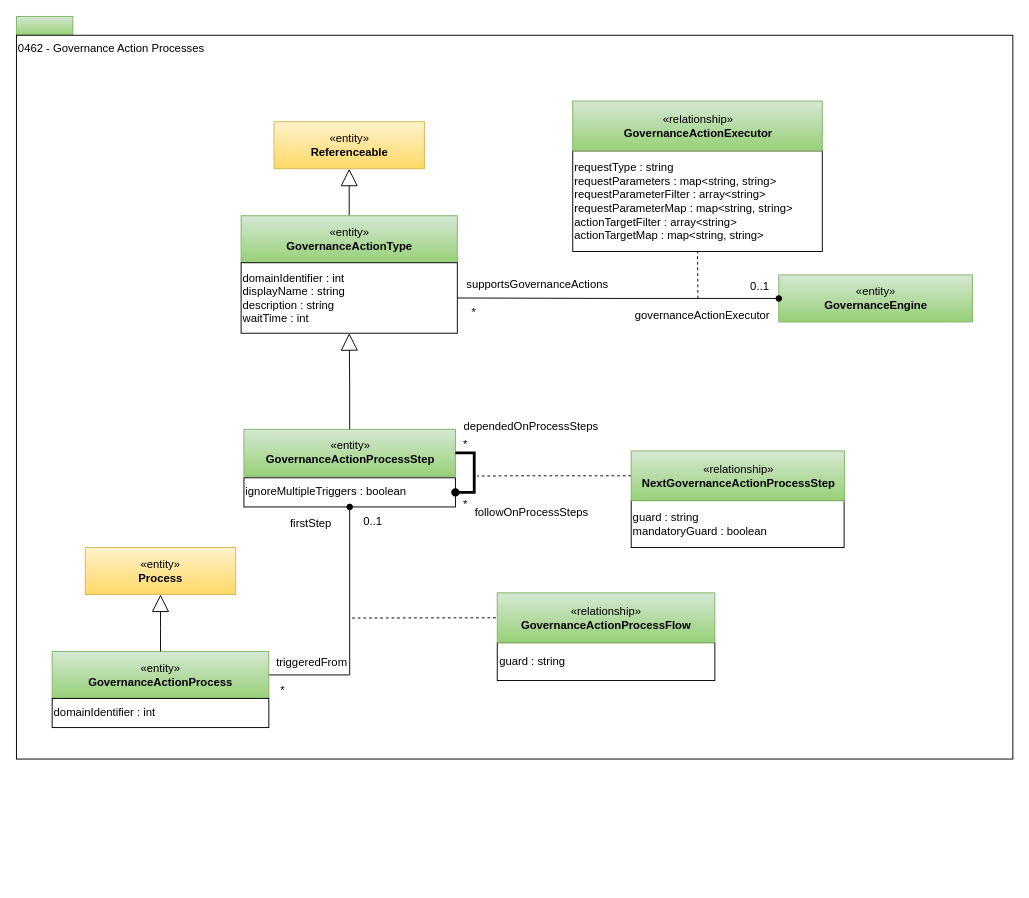
The draw.io diagram page "0462-Governance-Action-Processes" (22 of 32) of site/docs/types/4/area-4-governance.drawio in odpi/egeria-docs, before the edit. Source tidied: cells renumbered, new cells numbered last; positions are measured from the earlier drawing's top-left corner, leaving out a move shared by most shapes. Both pictures are drawn from the tidied source at 94%, with x=0, y=0 at pixel (16, 16).
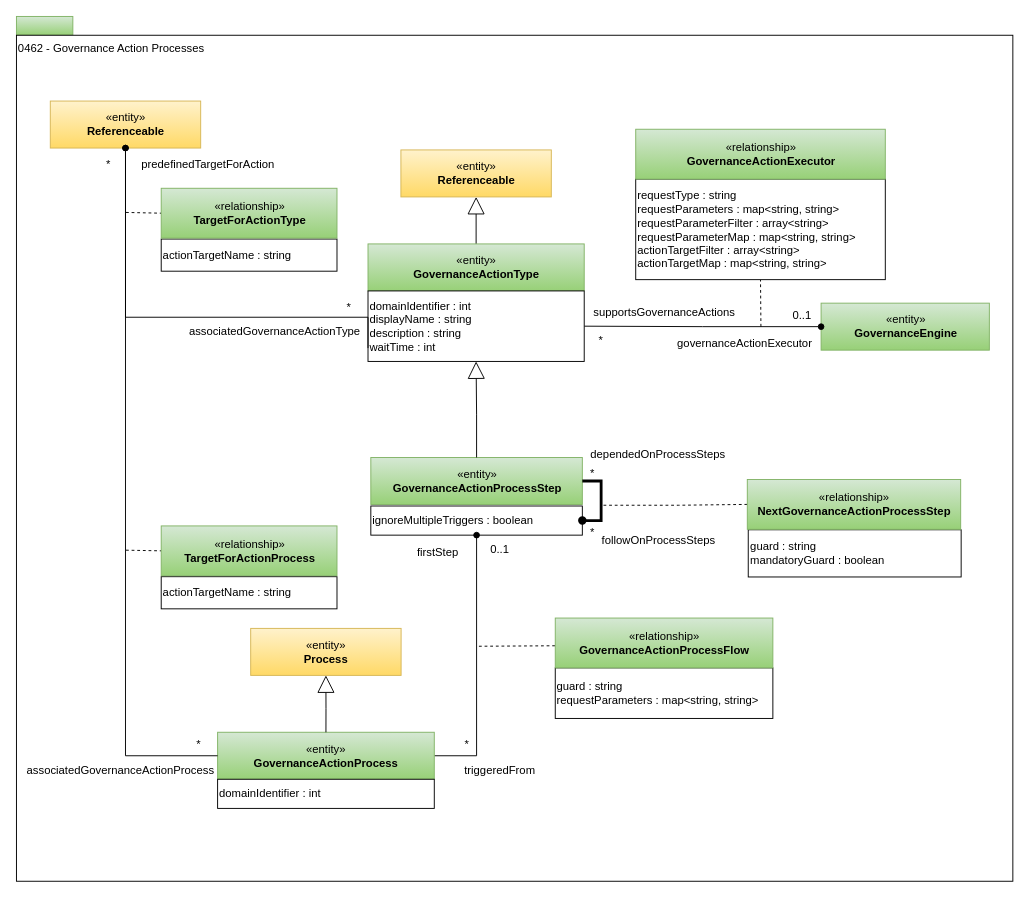
Above is the later version.

Change to the diagram source:
```diff
@@
     <mxCell id="3" value="0462 - Governance Action Processes" style="rounded=0;html=1;align=left;verticalAlign=top;" parent="1" vertex="1">
-      <mxGeometry y="20" width="1060" height="770" as="geometry" />
+      <mxGeometry y="20" width="1060" height="900" as="geometry" />
     </mxCell>
     <mxCell id="4" value="ignoreMultipleTriggers : boolean" style="rounded=0;whiteSpace=wrap;html=1;strokeColor=#000000;gradientColor=#ffffff;align=left;" parent="1" vertex="1">
-      <mxGeometry x="242" y="490.8" width="225" height="31" as="geometry" />
+      <mxGeometry x="377" y="520.8" width="225" height="31" as="geometry" />
     </mxCell>
     <mxCell id="5" value="«entity»&lt;br&gt;&lt;b&gt;Referenceable&lt;/b&gt;" style="html=1;strokeColor=#d6b656;align=center;fillColor=#fff2cc;gradientColor=#ffd966;" parent="1" vertex="1">
-      <mxGeometry x="274" y="112" width="160" height="50" as="geometry" />
+      <mxGeometry x="409" y="142" width="160" height="50" as="geometry" />
     </mxCell>
     <mxCell id="6" value="guard : string&lt;br&gt;mandatoryGuard : boolean&lt;br&gt;" style="rounded=0;whiteSpace=wrap;html=1;strokeColor=#000000;gradientColor=#ffffff;align=left;" parent="1" vertex="1">
-      <mxGeometry x="654" y="514.8" width="226.5" height="50.2" as="geometry" />
+      <mxGeometry x="778.5" y="546.1" width="226.5" height="50.2" as="geometry" />
     </mxCell>
     <mxCell id="7" value="*" style="text;html=1;strokeColor=none;fillColor=none;align=center;verticalAlign=middle;whiteSpace=wrap;rounded=0;" parent="1" vertex="1">
-      <mxGeometry x="458" y="445.8" width="40" height="20" as="geometry" />
+      <mxGeometry x="593" y="475.8" width="40" height="20" as="geometry" />
     </mxCell>
     <mxCell id="8" value="*" style="text;html=1;strokeColor=none;fillColor=none;align=center;verticalAlign=middle;whiteSpace=wrap;rounded=0;" parent="1" vertex="1">
-      <mxGeometry x="457.5" y="509.2" width="40" height="20" as="geometry" />
+      <mxGeometry x="592.5" y="539.2" width="40" height="20" as="geometry" />
     </mxCell>
     <mxCell id="9" value="dependedOnProcessSteps" style="text;html=1;align=left;verticalAlign=top;spacingTop=-4;" parent="1" vertex="1">
-      <mxGeometry x="473.5" y="425.8" width="170" height="20" as="geometry" />
+      <mxGeometry x="608.5" y="455.8" width="170" height="20" as="geometry" />
     </mxCell>
     <mxCell id="10" value="followOnProcessSteps" style="text;html=1;align=left;verticalAlign=top;spacingTop=-4;" parent="1" vertex="1">
-      <mxGeometry x="485.8" y="518" width="140" height="20" as="geometry" />
+      <mxGeometry x="620.8" y="548" width="140" height="20" as="geometry" />
     </mxCell>
@@
     <mxCell id="12" value="«entity»&lt;br&gt;&lt;b&gt;GovernanceActionProcessStep&lt;/b&gt;" style="html=1;strokeColor=#82b366;align=center;fillColor=#d5e8d4;gradientColor=#97d077;" parent="1" vertex="1">
-      <mxGeometry x="242" y="439.2" width="225" height="50" as="geometry" />
+      <mxGeometry x="377" y="469.2" width="225" height="50" as="geometry" />
     </mxCell>
     <mxCell id="13" style="edgeStyle=orthogonalEdgeStyle;rounded=0;html=1;exitX=0;exitY=0.5;exitDx=0;exitDy=0;dashed=1;endArrow=none;endFill=0;jettySize=auto;" parent="1" edge="1" source="14">
       <mxGeometry relative="1" as="geometry">
-        <mxPoint x="490" y="489" as="targetPoint" />
+        <mxPoint x="624" y="520" as="targetPoint" />
         <Array as="points">
-          <mxPoint x="527" y="488.8" />
+          <mxPoint x="704" y="519" />
+          <mxPoint x="704" y="519" />
         </Array>
       </mxGeometry>
     </mxCell>
     <mxCell id="14" value="«relationship»&lt;br&gt;&lt;b&gt;NextGovernanceActionProcessStep&lt;/b&gt;" style="html=1;strokeColor=#82b366;align=center;fillColor=#d5e8d4;gradientColor=#97d077;" parent="1" vertex="1">
-      <mxGeometry x="654" y="462.2" width="227" height="53" as="geometry" />
+      <mxGeometry x="777.5" y="492.6" width="227" height="53" as="geometry" />
     </mxCell>
     <mxCell id="15" value="*" style="text;html=1;strokeColor=none;fillColor=none;align=center;verticalAlign=middle;whiteSpace=wrap;rounded=0;" parent="1" vertex="1">
-      <mxGeometry x="467" y="305" width="40" height="20" as="geometry" />
+      <mxGeometry x="602" y="335" width="40" height="20" as="geometry" />
     </mxCell>
     <mxCell id="16" style="endArrow=none;dashed=1;html=1;entryX=0.5;entryY=1;entryDx=0;entryDy=0;" parent="1" edge="1" target="17">
       <mxGeometry relative="1" as="geometry">
-        <mxPoint x="725" y="300" as="sourcePoint" />
+        <mxPoint x="792" y="330" as="sourcePoint" />
       </mxGeometry>
     </mxCell>
     <mxCell id="17" value="requestType : string&lt;br&gt;requestParameters : map&amp;lt;string, string&amp;gt;&lt;br&gt;requestParameterFilter : array&amp;lt;string&amp;gt;&lt;br&gt;requestParameterMap : map&amp;lt;string, string&amp;gt;&lt;br&gt;actionTargetFilter : array&amp;lt;string&amp;gt;&lt;br&gt;actionTargetMap : map&amp;lt;string, string&amp;gt;" style="rounded=0;whiteSpace=wrap;html=1;strokeColor=#000000;gradientColor=#ffffff;align=left;" parent="1" vertex="1">
-      <mxGeometry x="591.8" y="143" width="265.5" height="107" as="geometry" />
+      <mxGeometry x="658.8" y="173" width="265.5" height="107" as="geometry" />
     </mxCell>
     <mxCell id="18" value="0..1" style="text;html=1;strokeColor=none;fillColor=none;align=center;verticalAlign=middle;whiteSpace=wrap;rounded=0;" parent="1" vertex="1">
-      <mxGeometry x="771" y="277.8" width="40" height="20" as="geometry" />
+      <mxGeometry x="816" y="307.8" width="40" height="20" as="geometry" />
     </mxCell>
     <mxCell id="19" value="«relationship»&lt;br&gt;&lt;b style=&quot;border-color: var(--border-color);&quot;&gt;GovernanceActionExecutor&lt;/b&gt;" style="html=1;strokeColor=#82b366;align=center;fillColor=#d5e8d4;gradientColor=#97d077;" parent="1" vertex="1">
-      <mxGeometry x="591.8" y="90" width="265.5" height="53" as="geometry" />
+      <mxGeometry x="658.8" y="120" width="265.5" height="53" as="geometry" />
     </mxCell>
     <mxCell id="20" value="«entity»&lt;br&gt;&lt;b&gt;Process&lt;/b&gt;" style="html=1;strokeColor=#d6b656;align=center;fillColor=#fff2cc;gradientColor=#ffd966;" parent="1" vertex="1">
-      <mxGeometry x="73.2" y="565" width="160" height="50" as="geometry" />
+      <mxGeometry x="249.2" y="651" width="160" height="50" as="geometry" />
     </mxCell>
@@
     <mxCell id="22" value="«entity»&lt;br&gt;&lt;b&gt;GovernanceActionProcess&lt;/b&gt;" style="html=1;strokeColor=#82b366;align=center;fillColor=#d5e8d4;gradientColor=#97d077;" parent="1" vertex="1">
-      <mxGeometry x="38" y="675.5" width="230.5" height="50" as="geometry" />
+      <mxGeometry x="214" y="761.5" width="230.5" height="50" as="geometry" />
     </mxCell>
     <mxCell id="23" value="&lt;span style=&quot;&quot;&gt;domainIdentifier : int&lt;/span&gt;" style="rounded=0;whiteSpace=wrap;html=1;strokeColor=#000000;gradientColor=#ffffff;align=left;" parent="1" vertex="1">
-      <mxGeometry x="38" y="725.5" width="230.5" height="31" as="geometry" />
+      <mxGeometry x="214" y="811.5" width="230.5" height="31" as="geometry" />
     </mxCell>
-    <mxCell id="24" style="endArrow=none;dashed=1;html=1;entryX=0;entryY=0.5;entryDx=0;entryDy=0;" parent="1" edge="1" target="26">
+    <mxCell id="24" style="endArrow=none;dashed=1;html=1;entryX=0;entryY=0.5;entryDx=0;entryDy=0;" parent="1" edge="1">
       <mxGeometry relative="1" as="geometry">
-        <mxPoint x="357" y="640" as="sourcePoint" />
+        <mxPoint x="492" y="670" as="sourcePoint" />
+        <mxPoint x="795" y="668.1" as="targetPoint" />
       </mxGeometry>
     </mxCell>
-    <mxCell id="25" value="&lt;span&gt;guard : string&lt;/span&gt;" style="rounded=0;whiteSpace=wrap;html=1;strokeColor=#000000;gradientColor=#ffffff;align=left;" parent="1" vertex="1">
-      <mxGeometry x="511.5" y="666.2" width="231.5" height="40.2" as="geometry" />
+    <mxCell id="25" value="&lt;span&gt;guard : string&lt;/span&gt;&lt;div&gt;requestParameters : map&amp;lt;string, string&amp;gt;&lt;br&gt;&lt;/div&gt;" style="rounded=0;whiteSpace=wrap;html=1;strokeColor=#000000;gradientColor=#ffffff;align=left;" parent="1" vertex="1">
+      <mxGeometry x="573.2" y="693" width="231.5" height="53.8" as="geometry" />
     </mxCell>
     <mxCell id="26" value="«relationship»&lt;br&gt;&lt;b&gt;GovernanceActionProcessFlow&lt;/b&gt;" style="html=1;strokeColor=#82b366;align=center;fillColor=#d5e8d4;gradientColor=#97d077;" parent="1" vertex="1">
-      <mxGeometry x="511.5" y="613.2" width="231.5" height="53" as="geometry" />
+      <mxGeometry x="573.2" y="640" width="231.5" height="53" as="geometry" />
     </mxCell>
     <mxCell id="27" value="firstStep" style="text;html=1;align=center;verticalAlign=middle;" parent="1" vertex="1">
-      <mxGeometry x="278" y="524.9" width="70" height="30" as="geometry" />
+      <mxGeometry x="413" y="554.9" width="70" height="30" as="geometry" />
     </mxCell>
     <mxCell id="28" value="triggeredFrom" style="text;html=1;align=center;verticalAlign=middle;" parent="1" vertex="1">
-      <mxGeometry x="268.5" y="676.5" width="90" height="20" as="geometry" />
+      <mxGeometry x="468.5" y="791.5" width="90" height="20" as="geometry" />
     </mxCell>
     <mxCell id="29" value="0..1" style="text;html=1;align=center;verticalAlign=middle;" parent="1" vertex="1">
-      <mxGeometry x="358.5" y="526.8" width="40" height="20" as="geometry" />
+      <mxGeometry x="493.5" y="556.8" width="40" height="20" as="geometry" />
     </mxCell>
     <mxCell id="30" value="*" style="text;html=1;align=center;verticalAlign=middle;" parent="1" vertex="1">
-      <mxGeometry x="272.5" y="706.5" width="20" height="20" as="geometry" />
+      <mxGeometry x="468.5" y="765.2" width="20" height="20" as="geometry" />
     </mxCell>
     <mxCell id="31" value="«entity»&lt;br&gt;&lt;b&gt;GovernanceEngine&lt;/b&gt;" style="html=1;strokeColor=#82b366;align=center;fillColor=#d5e8d4;gradientColor=#97d077;" parent="1" vertex="1">
-      <mxGeometry x="811" y="275" width="206" height="50" as="geometry" />
+      <mxGeometry x="856" y="305" width="179" height="50" as="geometry" />
     </mxCell>
@@
     <mxCell id="35" value="«entity»&lt;br&gt;&lt;b&gt;GovernanceActionType&lt;/b&gt;" style="html=1;strokeColor=#82b366;align=center;fillColor=#d5e8d4;gradientColor=#97d077;" parent="1" vertex="1">
-      <mxGeometry x="239" y="212" width="230" height="50" as="geometry" />
+      <mxGeometry x="374" y="242" width="230" height="50" as="geometry" />
     </mxCell>
     <mxCell id="36" value="domainIdentifier : int&lt;br&gt;&lt;span&gt;displayName : string&lt;/span&gt;&lt;br&gt;&lt;span&gt;description : string&lt;/span&gt;&lt;span&gt;&lt;br&gt;&lt;/span&gt;waitTime : int" style="rounded=0;whiteSpace=wrap;html=1;strokeColor=#000000;gradientColor=#ffffff;align=left;" parent="1" vertex="1">
-      <mxGeometry x="239" y="262" width="230" height="75" as="geometry" />
+      <mxGeometry x="374" y="292" width="230" height="75" as="geometry" />
     </mxCell>
     <mxCell id="37" value="governanceActionExecutor" style="text;html=1;strokeColor=none;fillColor=none;align=center;verticalAlign=middle;whiteSpace=wrap;rounded=0;" parent="1" vertex="1">
-      <mxGeometry x="677.8" y="307.8" width="104" height="20" as="geometry" />
+      <mxGeometry x="722.8" y="337.8" width="104" height="20" as="geometry" />
     </mxCell>
     <mxCell id="38" value="supportsGovernanceActions" style="text;html=1;strokeColor=none;fillColor=none;align=center;verticalAlign=middle;whiteSpace=wrap;rounded=0;" parent="1" vertex="1">
-      <mxGeometry x="497.5" y="275" width="113" height="20" as="geometry" />
+      <mxGeometry x="632.5" y="305" width="113" height="20" as="geometry" />
     </mxCell>
@@
+    <mxCell id="40" style="endArrow=none;dashed=1;html=1;entryX=0;entryY=0.5;entryDx=0;entryDy=0;" parent="1" edge="1" target="46">
+      <mxGeometry relative="1" as="geometry">
+        <mxPoint x="116.5" y="208.5" as="sourcePoint" />
+      </mxGeometry>
+    </mxCell>
+    <mxCell id="41" value="*" style="text;html=1;strokeColor=none;fillColor=none;align=center;verticalAlign=middle;whiteSpace=wrap;rounded=0;" parent="1" vertex="1">
+      <mxGeometry x="334" y="299.8" width="40" height="20" as="geometry" />
+    </mxCell>
+    <mxCell id="42" value="actionTargetName : string" style="rounded=0;whiteSpace=wrap;html=1;strokeColor=#000000;gradientColor=#ffffff;align=left;" parent="1" vertex="1">
+      <mxGeometry x="154" y="236.8" width="187" height="34.2" as="geometry" />
+    </mxCell>
+    <mxCell id="43" value="associatedGovernanceActionType" style="text;html=1;strokeColor=none;fillColor=none;align=center;verticalAlign=middle;whiteSpace=wrap;rounded=0;" parent="1" vertex="1">
+      <mxGeometry x="190" y="325" width="170" height="20" as="geometry" />
+    </mxCell>
+    <mxCell id="44" value="«entity»&lt;br&gt;&lt;b&gt;Referenceable&lt;/b&gt;" style="html=1;strokeColor=#d6b656;align=center;fillColor=#fff2cc;gradientColor=#ffd966;" parent="1" vertex="1">
+      <mxGeometry x="36" y="90" width="160" height="50" as="geometry" />
+    </mxCell>
+    <mxCell id="45" value="predefinedTargetForAction" style="text;html=1;strokeColor=none;fillColor=none;align=center;verticalAlign=middle;whiteSpace=wrap;rounded=0;" parent="1" vertex="1">
+      <mxGeometry x="151" y="147.5" width="106" height="20" as="geometry" />
+    </mxCell>
+    <mxCell id="46" value="«relationship»&lt;br&gt;&lt;b&gt;TargetForActionType&lt;/b&gt;" style="html=1;strokeColor=#82b366;align=center;fillColor=#d5e8d4;gradientColor=#97d077;" parent="1" vertex="1">
+      <mxGeometry x="154" y="182.8" width="187" height="53" as="geometry" />
+    </mxCell>
+    <mxCell id="47" value="*" style="text;html=1;strokeColor=none;fillColor=none;align=center;verticalAlign=middle;whiteSpace=wrap;rounded=0;" parent="1" vertex="1">
+      <mxGeometry x="78" y="147.5" width="40" height="20" as="geometry" />
+    </mxCell>
+    <mxCell id="48" style="endArrow=none;html=1;edgeStyle=orthogonalEdgeStyle;entryX=0;entryY=0.5;entryDx=0;entryDy=0;rounded=0;startArrow=oval;startFill=1;strokeWidth=1;exitX=0.5;exitY=1;exitDx=0;exitDy=0;" parent="1" edge="1" source="44">
+      <mxGeometry relative="1" as="geometry">
+        <mxPoint x="374" y="352.8" as="targetPoint" />
+        <Array as="points">
+          <mxPoint x="116" y="320" />
+          <mxPoint x="374" y="320" />
+        </Array>
+      </mxGeometry>
+    </mxCell>
+    <mxCell id="49" style="endArrow=none;dashed=1;html=1;entryX=0;entryY=0.5;entryDx=0;entryDy=0;" parent="1" edge="1" target="53">
+      <mxGeometry relative="1" as="geometry">
+        <mxPoint x="116.5" y="567.8" as="sourcePoint" />
+      </mxGeometry>
+    </mxCell>
+    <mxCell id="50" value="*" style="text;html=1;strokeColor=none;fillColor=none;align=center;verticalAlign=middle;whiteSpace=wrap;rounded=0;" parent="1" vertex="1">
+      <mxGeometry x="174" y="765.2" width="40" height="20" as="geometry" />
+    </mxCell>
+    <mxCell id="51" value="actionTargetName : string" style="rounded=0;whiteSpace=wrap;html=1;strokeColor=#000000;gradientColor=#ffffff;align=left;" parent="1" vertex="1">
+      <mxGeometry x="154" y="596" width="187" height="34.2" as="geometry" />
+    </mxCell>
+    <mxCell id="52" value="associatedGovernanceActionProcess" style="text;html=1;strokeColor=none;fillColor=none;align=center;verticalAlign=middle;whiteSpace=wrap;rounded=0;" parent="1" vertex="1">
+      <mxGeometry x="25" y="791.5" width="172" height="20" as="geometry" />
+    </mxCell>
+    <mxCell id="53" value="«relationship»&lt;br&gt;&lt;b&gt;TargetForActionProcess&lt;/b&gt;" style="html=1;strokeColor=#82b366;align=center;fillColor=#d5e8d4;gradientColor=#97d077;" parent="1" vertex="1">
+      <mxGeometry x="154" y="542" width="187" height="53" as="geometry" />
+    </mxCell>
+    <mxCell id="54" style="endArrow=none;html=1;edgeStyle=orthogonalEdgeStyle;entryX=0;entryY=0.5;entryDx=0;entryDy=0;rounded=0;startArrow=oval;startFill=1;strokeWidth=1;exitX=0.5;exitY=1;exitDx=0;exitDy=0;" parent="1" edge="1" source="44" target="22">
+      <mxGeometry relative="1" as="geometry">
+        <Array as="points">
+          <mxPoint x="116" y="787" />
+        </Array>
+      </mxGeometry>
+    </mxCell>
```
